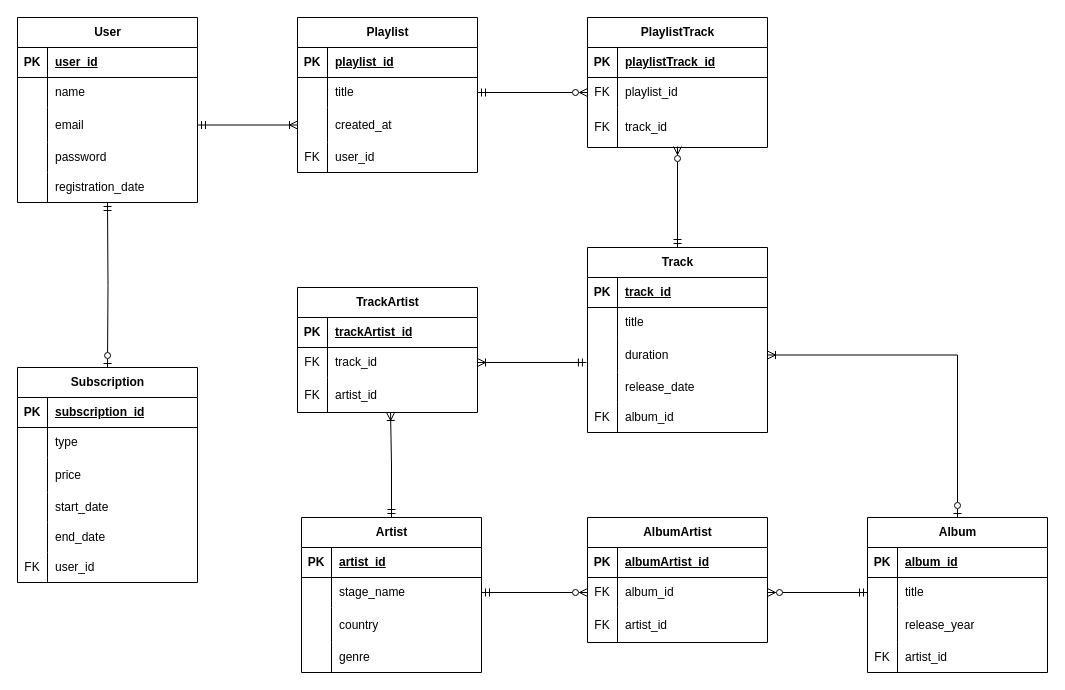
The draw.io diagram lab_1/Crow’s Foot ERD.drawio in yusik100/labs-mavps, before the edit. Source tidied: cells renumbered, new cells numbered last; positions are measured from the earlier drawing's top-left corner, leaving out a move shared by most shapes. Both pictures are drawn from the tidied source at 100%, with x=0, y=0 at pixel (17, 17).
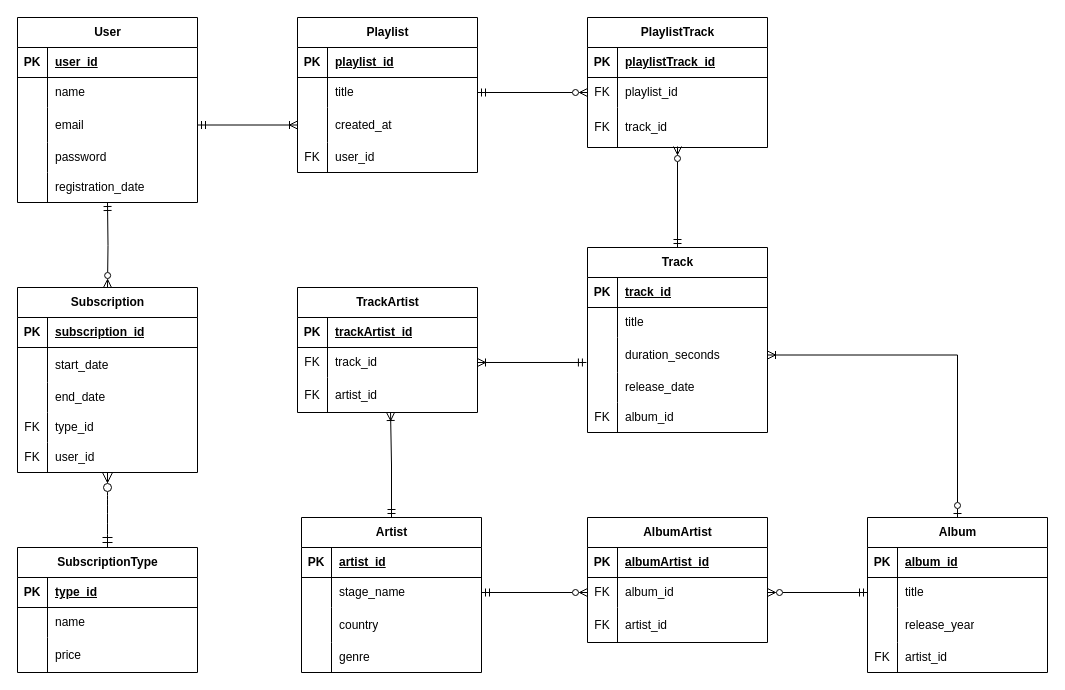
After the change.

The change refers to these unchanged cells:
```xml
<mxCell id="38" style="shape=tableRow;horizontal=0;startSize=0;swimlaneHead=0;swimlaneBody=0;fillColor=none;points=[[0,0.5],[1,0.5]];portConstraint=eastwest;top=0;left=0;right=0;bottom=0;" parent="31" vertex="1">
  <mxGeometry y="90" width="180" height="35" as="geometry" />
</mxCell>
```

The edit, as a diff of the source:
```diff
@@
-    <mxCell id="40" value="duration" style="shape=partialRectangle;fillColor=none;top=0;left=0;bottom=0;right=0;align=left;spacingLeft=6;overflow=hidden;whiteSpace=wrap;html=1;" parent="38" vertex="1">
+    <mxCell id="40" value="duration_seconds" style="shape=partialRectangle;fillColor=none;top=0;left=0;bottom=0;right=0;align=left;spacingLeft=6;overflow=hidden;whiteSpace=wrap;html=1;" parent="38" vertex="1">
       <mxGeometry x="30" width="150" height="35" as="geometry" />
     </mxCell>
@@
+    <mxCell id="131" style="edgeStyle=none;curved=1;rounded=0;jettySize=auto;html=1;entryX=0.5;entryY=0;entryDx=0;entryDy=0;fontSize=12;startSize=8;endSize=8;endArrow=ERmandOne;endFill=0;startArrow=ERzeroToMany;startFill=0;" parent="1" edge="1" source="75" target="132">
+      <mxGeometry relative="1" as="geometry" />
+    </mxCell>
     <mxCell id="75" value="Subscription" style="shape=table;startSize=30;childLayout=tableLayout;rowLines=0;fontStyle=1;align=center;html=1;" parent="1" vertex="1">
-      <mxGeometry y="350" width="180" height="215" as="geometry" />
+      <mxGeometry y="270" width="180" height="185" as="geometry" />
     </mxCell>
@@
-    <mxCell id="79" style="shape=tableRow;horizontal=0;startSize=0;swimlaneHead=0;swimlaneBody=0;fillColor=none;top=0;left=0;right=0;bottom=0;" parent="75" vertex="1">
-      <mxGeometry y="60" width="180" height="30" as="geometry" />
-    </mxCell>
-    <mxCell id="80" style="shape=partialRectangle;fillColor=none;top=0;left=0;bottom=0;right=0;overflow=hidden;whiteSpace=wrap;html=1;" parent="79" vertex="1">
-      <mxGeometry width="30" height="30" as="geometry" />
-    </mxCell>
-    <mxCell id="81" value="type" style="shape=partialRectangle;fillColor=none;top=0;left=0;bottom=0;right=0;align=left;spacingLeft=6;overflow=hidden;whiteSpace=wrap;html=1;" parent="79" vertex="1">
-      <mxGeometry x="30" width="150" height="30" as="geometry" />
-    </mxCell>
     <mxCell id="82" style="shape=tableRow;horizontal=0;startSize=0;swimlaneHead=0;swimlaneBody=0;fillColor=none;top=0;left=0;right=0;bottom=0;" parent="75" vertex="1">
-      <mxGeometry y="90" width="180" height="35" as="geometry" />
+      <mxGeometry y="60" width="180" height="35" as="geometry" />
     </mxCell>
@@
-    <mxCell id="84" value="price" style="shape=partialRectangle;fillColor=none;top=0;left=0;bottom=0;right=0;align=left;spacingLeft=6;overflow=hidden;whiteSpace=wrap;html=1;" parent="82" vertex="1">
+    <mxCell id="84" value="start_date" style="shape=partialRectangle;fillColor=none;top=0;left=0;bottom=0;right=0;align=left;spacingLeft=6;overflow=hidden;whiteSpace=wrap;html=1;" parent="82" vertex="1">
       <mxGeometry x="30" width="150" height="35" as="geometry" />
     </mxCell>
     <mxCell id="85" style="shape=tableRow;horizontal=0;startSize=0;swimlaneHead=0;swimlaneBody=0;fillColor=none;top=0;left=0;right=0;bottom=0;" parent="75" vertex="1">
-      <mxGeometry y="125" width="180" height="30" as="geometry" />
+      <mxGeometry y="95" width="180" height="30" as="geometry" />
     </mxCell>
@@
-    <mxCell id="87" value="start_date" style="shape=partialRectangle;fillColor=none;top=0;left=0;bottom=0;right=0;align=left;spacingLeft=6;overflow=hidden;whiteSpace=wrap;html=1;" parent="85" vertex="1">
+    <mxCell id="87" value="end_date" style="shape=partialRectangle;fillColor=none;top=0;left=0;bottom=0;right=0;align=left;spacingLeft=6;overflow=hidden;whiteSpace=wrap;html=1;" parent="85" vertex="1">
       <mxGeometry x="30" width="150" height="30" as="geometry" />
     </mxCell>
     <mxCell id="88" style="shape=tableRow;horizontal=0;startSize=0;swimlaneHead=0;swimlaneBody=0;fillColor=none;top=0;left=0;right=0;bottom=0;" parent="75" vertex="1">
-      <mxGeometry y="155" width="180" height="30" as="geometry" />
+      <mxGeometry y="125" width="180" height="30" as="geometry" />
     </mxCell>
-    <mxCell id="89" style="shape=partialRectangle;fillColor=none;top=0;left=0;bottom=0;right=0;overflow=hidden;whiteSpace=wrap;html=1;" parent="88" vertex="1">
+    <mxCell id="89" value="FK" style="shape=partialRectangle;fillColor=none;top=0;left=0;bottom=0;right=0;overflow=hidden;whiteSpace=wrap;html=1;" parent="88" vertex="1">
       <mxGeometry width="30" height="30" as="geometry" />
     </mxCell>
-    <mxCell id="90" value="end_date" style="shape=partialRectangle;fillColor=none;top=0;left=0;bottom=0;right=0;align=left;spacingLeft=6;overflow=hidden;whiteSpace=wrap;html=1;" parent="88" vertex="1">
+    <mxCell id="90" value="type_id" style="shape=partialRectangle;fillColor=none;top=0;left=0;bottom=0;right=0;align=left;spacingLeft=6;overflow=hidden;whiteSpace=wrap;html=1;" parent="88" vertex="1">
       <mxGeometry x="30" width="150" height="30" as="geometry" />
     </mxCell>
     <mxCell id="91" style="shape=tableRow;horizontal=0;startSize=0;swimlaneHead=0;swimlaneBody=0;fillColor=none;top=0;left=0;right=0;bottom=0;" parent="75" vertex="1">
-      <mxGeometry y="185" width="180" height="30" as="geometry" />
+      <mxGeometry y="155" width="180" height="30" as="geometry" />
     </mxCell>
@@
-    <mxCell id="95" style="edgeStyle=orthogonalEdgeStyle;rounded=0;jettySize=auto;html=1;entryX=0.5;entryY=0;entryDx=0;entryDy=0;endArrow=ERzeroToOne;endFill=0;startArrow=ERmandOne;startFill=0;" parent="1" edge="1" target="75">
+    <mxCell id="95" style="edgeStyle=orthogonalEdgeStyle;rounded=0;jettySize=auto;html=1;entryX=0.5;entryY=0;entryDx=0;entryDy=0;endArrow=ERzeroToMany;endFill=0;startArrow=ERmandOne;startFill=0;" parent="1" edge="1" target="75">
       <mxGeometry relative="1" as="geometry">
         <mxPoint x="90" y="185" as="sourcePoint" />
       </mxGeometry>
     </mxCell>
@@
+    <mxCell id="132" value="SubscriptionType" style="shape=table;startSize=30;childLayout=tableLayout;rowLines=0;fontStyle=1;align=center;html=1;" parent="1" vertex="1">
+      <mxGeometry y="530" width="180" height="125" as="geometry" />
+    </mxCell>
+    <mxCell id="133" style="shape=tableRow;horizontal=0;startSize=0;swimlaneHead=0;swimlaneBody=0;fillColor=none;top=0;left=0;right=0;bottom=1;" parent="132" vertex="1">
+      <mxGeometry y="30" width="180" height="30" as="geometry" />
+    </mxCell>
+    <mxCell id="134" value="PK" style="shape=partialRectangle;fillColor=none;top=0;left=0;bottom=0;right=0;fontStyle=1;overflow=hidden;whiteSpace=wrap;html=1;" parent="133" vertex="1">
+      <mxGeometry width="30" height="30" as="geometry" />
+    </mxCell>
+    <mxCell id="135" value="type_id" style="shape=partialRectangle;fillColor=none;top=0;left=0;bottom=0;right=0;align=left;spacingLeft=6;fontStyle=5;overflow=hidden;whiteSpace=wrap;html=1;" parent="133" vertex="1">
+      <mxGeometry x="30" width="150" height="30" as="geometry" />
+    </mxCell>
+    <mxCell id="79" style="shape=tableRow;horizontal=0;startSize=0;swimlaneHead=0;swimlaneBody=0;fillColor=none;top=0;left=0;right=0;bottom=0;" parent="132" vertex="1">
+      <mxGeometry y="60" width="180" height="30" as="geometry" />
+    </mxCell>
+    <mxCell id="80" style="shape=partialRectangle;fillColor=none;top=0;left=0;bottom=0;right=0;overflow=hidden;whiteSpace=wrap;html=1;" parent="79" vertex="1">
+      <mxGeometry width="30" height="30" as="geometry" />
+    </mxCell>
+    <mxCell id="136" value="name" style="shape=partialRectangle;fillColor=none;top=0;left=0;bottom=0;right=0;align=left;spacingLeft=6;overflow=hidden;whiteSpace=wrap;html=1;" parent="79" vertex="1">
+      <mxGeometry x="30" width="150" height="30" as="geometry" />
+    </mxCell>
+    <mxCell id="137" style="shape=tableRow;horizontal=0;startSize=0;swimlaneHead=0;swimlaneBody=0;fillColor=none;top=0;left=0;right=0;bottom=0;" parent="132" vertex="1">
+      <mxGeometry y="90" width="180" height="35" as="geometry" />
+    </mxCell>
+    <mxCell id="138" style="shape=partialRectangle;fillColor=none;top=0;left=0;bottom=0;right=0;overflow=hidden;whiteSpace=wrap;html=1;" parent="137" vertex="1">
+      <mxGeometry width="30" height="35" as="geometry" />
+    </mxCell>
+    <mxCell id="139" value="price" style="shape=partialRectangle;fillColor=none;top=0;left=0;bottom=0;right=0;align=left;spacingLeft=6;overflow=hidden;whiteSpace=wrap;html=1;" parent="137" vertex="1">
+      <mxGeometry x="30" width="150" height="35" as="geometry" />
+    </mxCell>
```
